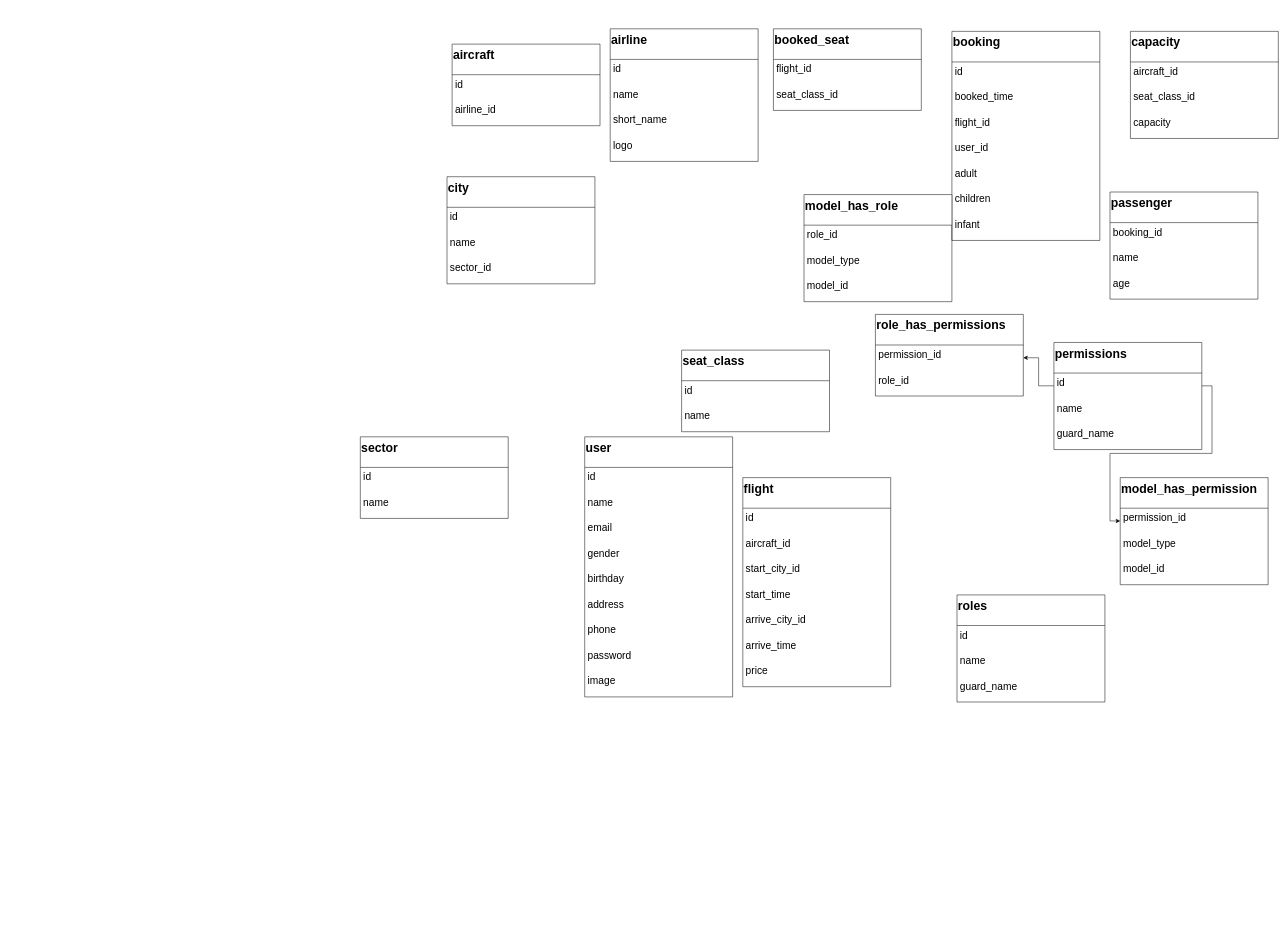
Above: Untitled Diagram.drawio in trungkien4723/datvemaybay (draw.io), before the change. Source tidied: cells renumbered, new cells numbered last; positions are measured from the earlier drawing's top-left corner, leaving out a move shared by most shapes. Both pictures are drawn from the tidied source at 51%, with x=0, y=0 at pixel (360, 29).
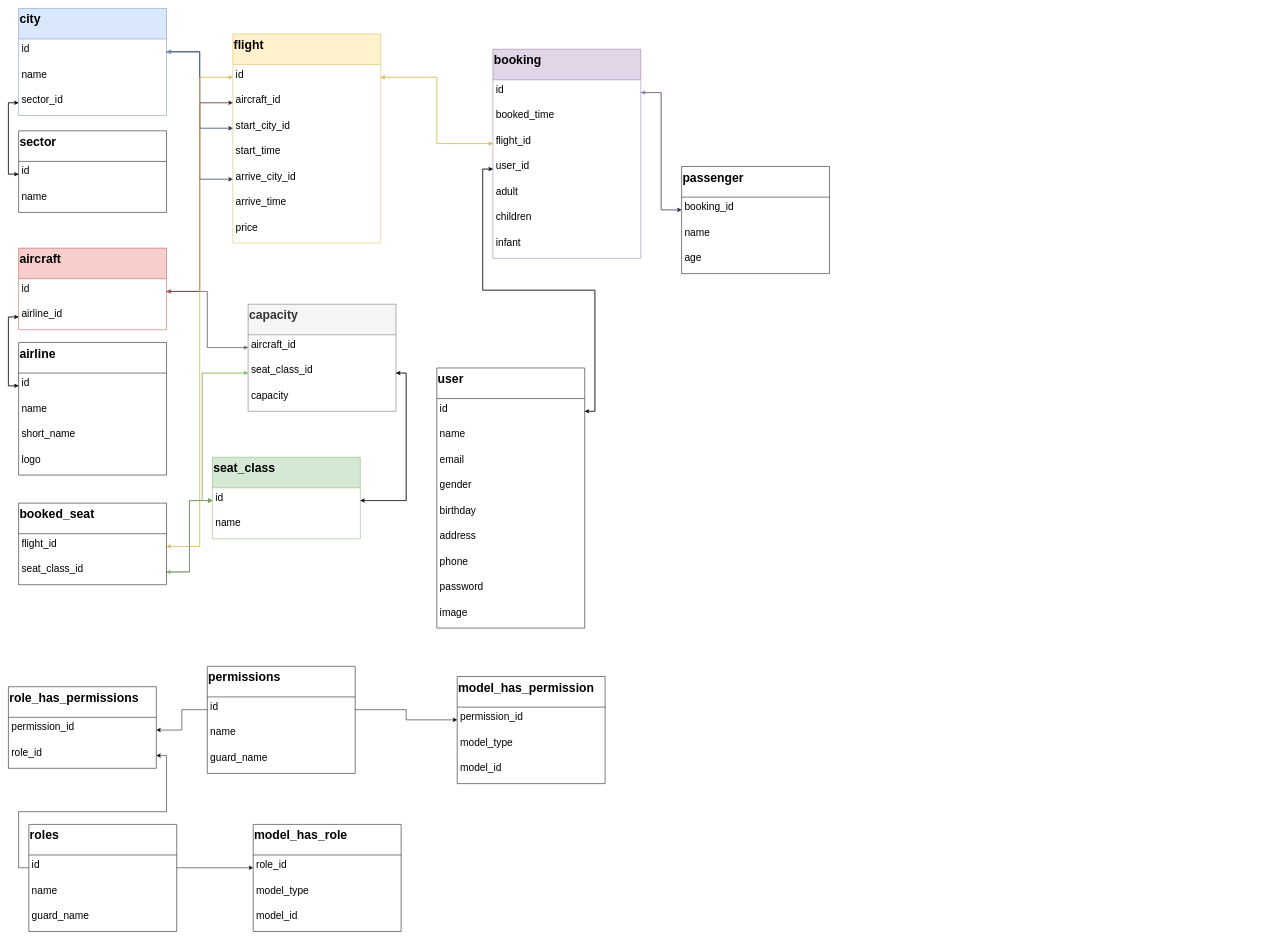
After the change.

Unchanged cells that the change refers to:
```xml
<mxCell id="3" value="id" style="text;strokeColor=none;fillColor=none;align=left;verticalAlign=top;spacingLeft=4;spacingRight=4;overflow=hidden;points=[[0,0.5],[1,0.5]];portConstraint=eastwest;fontSize=20;" parent="2" vertex="1">
  <mxGeometry y="60" width="290" height="50" as="geometry" />
</mxCell>
<mxCell id="4" value="airline_id" style="text;strokeColor=none;fillColor=none;align=left;verticalAlign=top;spacingLeft=4;spacingRight=4;overflow=hidden;points=[[0,0.5],[1,0.5]];portConstraint=eastwest;fontSize=20;" parent="2" vertex="1">
  <mxGeometry y="110" width="290" height="50" as="geometry" />
</mxCell>
<mxCell id="6" value="id" style="text;strokeColor=none;fillColor=none;align=left;verticalAlign=top;spacingLeft=4;spacingRight=4;overflow=hidden;points=[[0,0.5],[1,0.5]];portConstraint=eastwest;fontSize=20;" parent="5" vertex="1">
  <mxGeometry y="60" width="290" height="50" as="geometry" />
</mxCell>
<mxCell id="11" value="flight_id" style="text;strokeColor=none;fillColor=none;align=left;verticalAlign=top;spacingLeft=4;spacingRight=4;overflow=hidden;points=[[0,0.5],[1,0.5]];portConstraint=eastwest;fontSize=20;" parent="10" vertex="1">
  <mxGeometry y="60" width="290" height="50" as="geometry" />
</mxCell>
<mxCell id="12" value="seat_class_id" style="text;strokeColor=none;fillColor=none;align=left;verticalAlign=top;spacingLeft=4;spacingRight=4;overflow=hidden;points=[[0,0.5],[1,0.5]];portConstraint=eastwest;fontSize=20;" parent="10" vertex="1">
  <mxGeometry y="110" width="290" height="50" as="geometry" />
</mxCell>
<mxCell id="14" value="id" style="text;strokeColor=none;fillColor=none;align=left;verticalAlign=top;spacingLeft=4;spacingRight=4;overflow=hidden;points=[[0,0.5],[1,0.5]];portConstraint=eastwest;fontSize=20;" parent="13" vertex="1">
  <mxGeometry y="60" width="290" height="50" as="geometry" />
</mxCell>
<mxCell id="16" value="flight_id" style="text;strokeColor=none;fillColor=none;align=left;verticalAlign=top;spacingLeft=4;spacingRight=4;overflow=hidden;points=[[0,0.5],[1,0.5]];portConstraint=eastwest;fontSize=20;" parent="13" vertex="1">
  <mxGeometry y="160" width="290" height="50" as="geometry" />
</mxCell>
<mxCell id="17" value="user_id" style="text;strokeColor=none;fillColor=none;align=left;verticalAlign=top;spacingLeft=4;spacingRight=4;overflow=hidden;points=[[0,0.5],[1,0.5]];portConstraint=eastwest;fontSize=20;" parent="13" vertex="1">
  <mxGeometry y="210" width="290" height="50" as="geometry" />
</mxCell>
<mxCell id="22" value="aircraft_id" style="text;strokeColor=none;fillColor=none;align=left;verticalAlign=top;spacingLeft=4;spacingRight=4;overflow=hidden;points=[[0,0.5],[1,0.5]];portConstraint=eastwest;fontSize=20;" parent="21" vertex="1">
  <mxGeometry y="60" width="290" height="50" as="geometry" />
</mxCell>
<mxCell id="23" value="seat_class_id" style="text;strokeColor=none;fillColor=none;align=left;verticalAlign=top;spacingLeft=4;spacingRight=4;overflow=hidden;points=[[0,0.5],[1,0.5]];portConstraint=eastwest;fontSize=20;" parent="21" vertex="1">
  <mxGeometry y="110" width="290" height="50" as="geometry" />
</mxCell>
<mxCell id="26" value="id" style="text;strokeColor=none;fillColor=none;align=left;verticalAlign=top;spacingLeft=4;spacingRight=4;overflow=hidden;points=[[0,0.5],[1,0.5]];portConstraint=eastwest;fontSize=20;" parent="25" vertex="1">
  <mxGeometry y="60" width="290" height="50" as="geometry" />
</mxCell>
<mxCell id="28" value="sector_id" style="text;strokeColor=none;fillColor=none;align=left;verticalAlign=top;spacingLeft=4;spacingRight=4;overflow=hidden;points=[[0,0.5],[1,0.5]];portConstraint=eastwest;fontSize=20;" parent="25" vertex="1">
  <mxGeometry y="160" width="290" height="50" as="geometry" />
</mxCell>
<mxCell id="30" value="id" style="text;strokeColor=none;fillColor=none;align=left;verticalAlign=top;spacingLeft=4;spacingRight=4;overflow=hidden;points=[[0,0.5],[1,0.5]];portConstraint=eastwest;fontSize=20;" parent="29" vertex="1">
  <mxGeometry y="60" width="290" height="50" as="geometry" />
</mxCell>
<mxCell id="31" value="aircraft_id" style="text;strokeColor=none;fillColor=none;align=left;verticalAlign=top;spacingLeft=4;spacingRight=4;overflow=hidden;points=[[0,0.5],[1,0.5]];portConstraint=eastwest;fontSize=20;" parent="29" vertex="1">
  <mxGeometry y="110" width="290" height="50" as="geometry" />
</mxCell>
<mxCell id="32" value="start_city_id" style="text;strokeColor=none;fillColor=none;align=left;verticalAlign=top;spacingLeft=4;spacingRight=4;overflow=hidden;points=[[0,0.5],[1,0.5]];portConstraint=eastwest;fontSize=20;" parent="29" vertex="1">
  <mxGeometry y="160" width="290" height="50" as="geometry" />
</mxCell>
<mxCell id="34" value="arrive_city_id" style="text;strokeColor=none;fillColor=none;align=left;verticalAlign=top;spacingLeft=4;spacingRight=4;overflow=hidden;points=[[0,0.5],[1,0.5]];portConstraint=eastwest;fontSize=20;" parent="29" vertex="1">
  <mxGeometry y="260" width="290" height="50" as="geometry" />
</mxCell>
<mxCell id="42" value="role_id" style="text;strokeColor=none;fillColor=none;align=left;verticalAlign=top;spacingLeft=4;spacingRight=4;overflow=hidden;points=[[0,0.5],[1,0.5]];portConstraint=eastwest;fontSize=20;" parent="41" vertex="1">
  <mxGeometry y="60" width="290" height="50" as="geometry" />
</mxCell>
<mxCell id="46" value="booking_id" style="text;strokeColor=none;fillColor=none;align=left;verticalAlign=top;spacingLeft=4;spacingRight=4;overflow=hidden;points=[[0,0.5],[1,0.5]];portConstraint=eastwest;fontSize=20;" parent="45" vertex="1">
  <mxGeometry y="60" width="290" height="50" as="geometry" />
</mxCell>
<mxCell id="50" value="id" style="text;strokeColor=none;fillColor=none;align=left;verticalAlign=top;spacingLeft=4;spacingRight=4;overflow=hidden;points=[[0,0.5],[1,0.5]];portConstraint=eastwest;fontSize=20;" parent="49" vertex="1">
  <mxGeometry y="60" width="290" height="50" as="geometry" />
</mxCell>
<mxCell id="55" value="role_id" style="text;strokeColor=none;fillColor=none;align=left;verticalAlign=top;spacingLeft=4;spacingRight=4;overflow=hidden;points=[[0,0.5],[1,0.5]];portConstraint=eastwest;fontSize=20;" parent="53" vertex="1">
  <mxGeometry y="110" width="290" height="50" as="geometry" />
</mxCell>
<mxCell id="57" value="id" style="text;strokeColor=none;fillColor=none;align=left;verticalAlign=top;spacingLeft=4;spacingRight=4;overflow=hidden;points=[[0,0.5],[1,0.5]];portConstraint=eastwest;fontSize=20;" parent="56" vertex="1">
  <mxGeometry y="60" width="290" height="50" as="geometry" />
</mxCell>
<mxCell id="60" value="id" style="text;strokeColor=none;fillColor=none;align=left;verticalAlign=top;spacingLeft=4;spacingRight=4;overflow=hidden;points=[[0,0.5],[1,0.5]];portConstraint=eastwest;fontSize=20;" parent="59" vertex="1">
  <mxGeometry y="60" width="290" height="50" as="geometry" />
</mxCell>
<mxCell id="63" value="id" style="text;strokeColor=none;fillColor=none;align=left;verticalAlign=top;spacingLeft=4;spacingRight=4;overflow=hidden;points=[[0,0.5],[1,0.5]];portConstraint=eastwest;fontSize=20;" parent="62" vertex="1">
  <mxGeometry y="60" width="290" height="50" as="geometry" />
</mxCell>
```

Diff of the diagram source:
```diff
@@
-    <mxCell id="2" value="aircraft" style="swimlane;fontStyle=1;horizontal=1;startSize=60;fontSize=24;strokeColor=#000000;align=left;verticalAlign=top;" parent="1" vertex="1">
-      <mxGeometry x="180" y="30" width="290" height="160" as="geometry" />
+    <mxCell id="2" value="aircraft" style="swimlane;fontStyle=1;horizontal=1;startSize=60;fontSize=24;strokeColor=#b85450;align=left;verticalAlign=top;fillColor=#f8cecc;" parent="1" vertex="1">
+      <mxGeometry x="-670" y="430" width="290" height="160" as="geometry" />
     </mxCell>
@@
     <mxCell id="5" value="airline" style="swimlane;fontStyle=1;horizontal=1;startSize=60;fontSize=24;strokeColor=#000000;align=left;verticalAlign=top;" parent="1" vertex="1">
-      <mxGeometry x="490" width="290" height="260" as="geometry" />
+      <mxGeometry x="-670" y="615" width="290" height="260" as="geometry" />
     </mxCell>
@@
     <mxCell id="10" value="booked_seat" style="swimlane;fontStyle=1;horizontal=1;startSize=60;fontSize=24;strokeColor=#000000;align=left;verticalAlign=top;" parent="1" vertex="1">
-      <mxGeometry x="810" width="290" height="160" as="geometry" />
+      <mxGeometry x="-670" y="930" width="290" height="160" as="geometry" />
     </mxCell>
@@
-    <mxCell id="13" value="booking" style="swimlane;fontStyle=1;horizontal=1;startSize=60;fontSize=24;strokeColor=#000000;align=left;verticalAlign=top;" parent="1" vertex="1">
-      <mxGeometry x="1160" y="5" width="290" height="410" as="geometry" />
+    <mxCell id="13" value="booking" style="swimlane;fontStyle=1;horizontal=1;startSize=60;fontSize=24;strokeColor=#9673a6;align=left;verticalAlign=top;fillColor=#e1d5e7;" parent="1" vertex="1">
+      <mxGeometry x="260" y="40" width="290" height="410" as="geometry" />
     </mxCell>
@@
-    <mxCell id="21" value="capacity" style="swimlane;fontStyle=1;horizontal=1;startSize=60;fontSize=24;strokeColor=#000000;align=left;verticalAlign=top;" parent="1" vertex="1">
-      <mxGeometry x="1510" y="5" width="290" height="210" as="geometry" />
+    <mxCell id="21" value="capacity" style="swimlane;fontStyle=1;horizontal=1;startSize=60;fontSize=24;strokeColor=#666666;align=left;verticalAlign=top;fillColor=#f5f5f5;fontColor=#333333;" parent="1" vertex="1">
+      <mxGeometry x="-220" y="540" width="290" height="210" as="geometry" />
     </mxCell>
@@
-    <mxCell id="25" value="city" style="swimlane;fontStyle=1;horizontal=1;startSize=60;fontSize=24;strokeColor=#000000;align=left;verticalAlign=top;" parent="1" vertex="1">
-      <mxGeometry x="170" y="290" width="290" height="210" as="geometry" />
+    <mxCell id="25" value="city" style="swimlane;fontStyle=1;horizontal=1;startSize=60;fontSize=24;strokeColor=#6c8ebf;align=left;verticalAlign=top;fillColor=#dae8fc;" parent="1" vertex="1">
+      <mxGeometry x="-670" y="-40" width="290" height="210" as="geometry" />
     </mxCell>
@@
-    <mxCell id="29" value="flight" style="swimlane;fontStyle=1;horizontal=1;startSize=60;fontSize=24;strokeColor=#000000;align=left;verticalAlign=top;" parent="1" vertex="1">
-      <mxGeometry x="750" y="880" width="290" height="410" as="geometry" />
+    <mxCell id="29" value="flight" style="swimlane;fontStyle=1;horizontal=1;startSize=60;fontSize=24;strokeColor=#d6b656;align=left;verticalAlign=top;fillColor=#fff2cc;" parent="1" vertex="1">
+      <mxGeometry x="-250" y="10" width="290" height="410" as="geometry" />
     </mxCell>
@@
     <mxCell id="37" value="model_has_permission" style="swimlane;fontStyle=1;horizontal=1;startSize=60;fontSize=24;strokeColor=#000000;align=left;verticalAlign=top;" parent="1" vertex="1">
-      <mxGeometry x="1490" y="880" width="290" height="210" as="geometry" />
+      <mxGeometry x="190" y="1270" width="290" height="210" as="geometry" />
     </mxCell>
@@
     <mxCell id="41" value="model_has_role" style="swimlane;fontStyle=1;horizontal=1;startSize=60;fontSize=24;strokeColor=#000000;align=left;verticalAlign=top;" parent="1" vertex="1">
-      <mxGeometry x="870" y="325" width="290" height="210" as="geometry" />
+      <mxGeometry x="-210" y="1560" width="290" height="210" as="geometry" />
     </mxCell>
@@
     <mxCell id="45" value="passenger" style="swimlane;fontStyle=1;horizontal=1;startSize=60;fontSize=24;strokeColor=#000000;align=left;verticalAlign=top;" parent="1" vertex="1">
-      <mxGeometry x="1470" y="320" width="290" height="210" as="geometry" />
+      <mxGeometry x="630" y="270" width="290" height="210" as="geometry" />
     </mxCell>
@@
     <mxCell id="49" value="roles" style="swimlane;fontStyle=1;horizontal=1;startSize=60;fontSize=24;strokeColor=#000000;align=left;verticalAlign=top;" parent="1" vertex="1">
-      <mxGeometry x="1170" y="1110" width="290" height="210" as="geometry" />
+      <mxGeometry x="-650" y="1560" width="290" height="210" as="geometry" />
     </mxCell>
@@
     <mxCell id="53" value="role_has_permissions" style="swimlane;fontStyle=1;horizontal=1;startSize=60;fontSize=24;strokeColor=#000000;align=left;verticalAlign=top;" parent="1" vertex="1">
-      <mxGeometry x="1010" y="560" width="290" height="160" as="geometry" />
+      <mxGeometry x="-690" y="1290" width="290" height="160" as="geometry" />
     </mxCell>
@@
-    <mxCell id="56" value="seat_class" style="swimlane;fontStyle=1;horizontal=1;startSize=60;fontSize=24;strokeColor=#000000;align=left;verticalAlign=top;" parent="1" vertex="1">
-      <mxGeometry x="630" y="630" width="290" height="160" as="geometry" />
+    <mxCell id="56" value="seat_class" style="swimlane;fontStyle=1;horizontal=1;startSize=60;fontSize=24;strokeColor=#82b366;align=left;verticalAlign=top;fillColor=#d5e8d4;" parent="1" vertex="1">
+      <mxGeometry x="-290" y="840" width="290" height="160" as="geometry" />
     </mxCell>
@@
     <mxCell id="59" value="sector" style="swimlane;fontStyle=1;horizontal=1;startSize=60;fontSize=24;strokeColor=#000000;align=left;verticalAlign=top;" parent="1" vertex="1">
-      <mxGeometry y="800" width="290" height="160" as="geometry" />
+      <mxGeometry x="-670" y="200" width="290" height="160" as="geometry" />
     </mxCell>
@@
     <mxCell id="62" value="user" style="swimlane;fontStyle=1;horizontal=1;startSize=60;fontSize=24;strokeColor=#000000;align=left;verticalAlign=top;" parent="1" vertex="1">
-      <mxGeometry x="440" y="800" width="290" height="510" as="geometry" />
+      <mxGeometry x="150" y="665" width="290" height="510" as="geometry" />
     </mxCell>
@@
     <mxCell id="73" value="permissions" style="swimlane;fontStyle=1;horizontal=1;startSize=60;fontSize=24;strokeColor=#000000;align=left;verticalAlign=top;" parent="1" vertex="1">
-      <mxGeometry x="1360" y="615" width="290" height="210" as="geometry" />
+      <mxGeometry x="-300" y="1250" width="290" height="210" as="geometry" />
     </mxCell>
@@
+    <mxCell id="78" style="edgeStyle=orthogonalEdgeStyle;rounded=0;jettySize=auto;html=1;exitX=1;exitY=0.5;exitDx=0;exitDy=0;fontSize=20;" parent="1" edge="1" source="50" target="42">
+      <mxGeometry relative="1" as="geometry" />
+    </mxCell>
+    <mxCell id="79" style="edgeStyle=orthogonalEdgeStyle;rounded=0;jettySize=auto;html=1;exitX=0;exitY=0.5;exitDx=0;exitDy=0;fontSize=20;" parent="1" edge="1" source="50" target="55">
+      <mxGeometry relative="1" as="geometry" />
+    </mxCell>
+    <mxCell id="80" style="edgeStyle=orthogonalEdgeStyle;rounded=0;jettySize=auto;html=1;exitX=1;exitY=0.5;exitDx=0;exitDy=0;entryX=0;entryY=0.5;entryDx=0;entryDy=0;fontSize=20;" parent="1" edge="1" source="12" target="57">
+      <mxGeometry relative="1" as="geometry" />
+    </mxCell>
+    <mxCell id="81" style="edgeStyle=orthogonalEdgeStyle;rounded=0;jettySize=auto;html=1;exitX=0;exitY=0.5;exitDx=0;exitDy=0;entryX=1;entryY=0.5;entryDx=0;entryDy=0;fontSize=20;fillColor=#d5e8d4;strokeColor=#82b366;" parent="1" edge="1" source="57" target="12">
+      <mxGeometry relative="1" as="geometry" />
+    </mxCell>
+    <mxCell id="82" style="edgeStyle=orthogonalEdgeStyle;rounded=0;jettySize=auto;html=1;exitX=1;exitY=0.5;exitDx=0;exitDy=0;entryX=0;entryY=0.5;entryDx=0;entryDy=0;fontSize=20;fillColor=#f5f5f5;strokeColor=#666666;" parent="1" edge="1" source="3" target="22">
+      <mxGeometry relative="1" as="geometry" />
+    </mxCell>
+    <mxCell id="83" style="edgeStyle=orthogonalEdgeStyle;rounded=0;jettySize=auto;html=1;exitX=0;exitY=0.5;exitDx=0;exitDy=0;entryX=1;entryY=0.5;entryDx=0;entryDy=0;fontSize=20;fillColor=#f5f5f5;strokeColor=#666666;" parent="1" edge="1" source="22" target="3">
+      <mxGeometry relative="1" as="geometry" />
+    </mxCell>
+    <mxCell id="84" style="edgeStyle=orthogonalEdgeStyle;rounded=0;jettySize=auto;html=1;exitX=1;exitY=0.5;exitDx=0;exitDy=0;entryX=1;entryY=0.5;entryDx=0;entryDy=0;fontSize=20;" parent="1" edge="1" source="57" target="23">
+      <mxGeometry relative="1" as="geometry" />
+    </mxCell>
+    <mxCell id="85" style="edgeStyle=orthogonalEdgeStyle;rounded=0;jettySize=auto;html=1;exitX=1;exitY=0.5;exitDx=0;exitDy=0;entryX=1;entryY=0.5;entryDx=0;entryDy=0;fontSize=20;" parent="1" edge="1" source="23" target="57">
+      <mxGeometry relative="1" as="geometry" />
+    </mxCell>
+    <mxCell id="86" style="edgeStyle=orthogonalEdgeStyle;rounded=0;jettySize=auto;html=1;exitX=1;exitY=0.5;exitDx=0;exitDy=0;entryX=0;entryY=0.5;entryDx=0;entryDy=0;fontSize=20;" parent="1" edge="1" source="14" target="46">
+      <mxGeometry relative="1" as="geometry" />
+    </mxCell>
+    <mxCell id="87" style="edgeStyle=orthogonalEdgeStyle;rounded=0;jettySize=auto;html=1;exitX=0;exitY=0.5;exitDx=0;exitDy=0;entryX=1;entryY=0.5;entryDx=0;entryDy=0;fontSize=20;fillColor=#e1d5e7;strokeColor=#9673a6;" parent="1" edge="1" source="46" target="14">
+      <mxGeometry relative="1" as="geometry" />
+    </mxCell>
+    <mxCell id="88" style="edgeStyle=orthogonalEdgeStyle;rounded=0;jettySize=auto;html=1;exitX=1;exitY=0.5;exitDx=0;exitDy=0;entryX=0;entryY=0.5;entryDx=0;entryDy=0;fontSize=20;" parent="1" edge="1" source="63" target="17">
+      <mxGeometry relative="1" as="geometry" />
+    </mxCell>
+    <mxCell id="89" style="edgeStyle=orthogonalEdgeStyle;rounded=0;jettySize=auto;html=1;exitX=0;exitY=0.5;exitDx=0;exitDy=0;entryX=1;entryY=0.5;entryDx=0;entryDy=0;fontSize=20;" parent="1" edge="1" source="17" target="63">
+      <mxGeometry relative="1" as="geometry" />
+    </mxCell>
+    <mxCell id="90" style="edgeStyle=orthogonalEdgeStyle;rounded=0;jettySize=auto;html=1;exitX=0;exitY=0.5;exitDx=0;exitDy=0;entryX=1;entryY=0.5;entryDx=0;entryDy=0;fontSize=20;fillColor=#fff2cc;strokeColor=#d6b656;" parent="1" edge="1" source="16" target="30">
+      <mxGeometry relative="1" as="geometry" />
+    </mxCell>
+    <mxCell id="91" style="edgeStyle=orthogonalEdgeStyle;rounded=0;jettySize=auto;html=1;exitX=1;exitY=0.5;exitDx=0;exitDy=0;entryX=0;entryY=0.5;entryDx=0;entryDy=0;fontSize=20;fillColor=#fff2cc;strokeColor=#d6b656;" parent="1" edge="1" source="30" target="16">
+      <mxGeometry relative="1" as="geometry" />
+    </mxCell>
+    <mxCell id="92" style="edgeStyle=orthogonalEdgeStyle;rounded=0;jettySize=auto;html=1;exitX=1;exitY=0.5;exitDx=0;exitDy=0;fontSize=20;" parent="1" edge="1" source="26" target="32">
+      <mxGeometry relative="1" as="geometry" />
+    </mxCell>
+    <mxCell id="93" style="edgeStyle=orthogonalEdgeStyle;rounded=0;jettySize=auto;html=1;exitX=0;exitY=0.5;exitDx=0;exitDy=0;entryX=1;entryY=0.5;entryDx=0;entryDy=0;fontSize=20;fillColor=#dae8fc;strokeColor=#6c8ebf;" parent="1" edge="1" source="32" target="26">
+      <mxGeometry relative="1" as="geometry" />
+    </mxCell>
+    <mxCell id="94" style="edgeStyle=orthogonalEdgeStyle;rounded=0;jettySize=auto;html=1;exitX=1;exitY=0.5;exitDx=0;exitDy=0;entryX=0;entryY=0.5;entryDx=0;entryDy=0;fontSize=20;" parent="1" edge="1" source="26" target="34">
+      <mxGeometry relative="1" as="geometry" />
+    </mxCell>
+    <mxCell id="95" style="edgeStyle=orthogonalEdgeStyle;rounded=0;jettySize=auto;html=1;exitX=0;exitY=0.5;exitDx=0;exitDy=0;entryX=1;entryY=0.5;entryDx=0;entryDy=0;fontSize=20;fillColor=#dae8fc;strokeColor=#6c8ebf;" parent="1" edge="1" source="34" target="26">
+      <mxGeometry relative="1" as="geometry" />
+    </mxCell>
+    <mxCell id="96" style="edgeStyle=orthogonalEdgeStyle;rounded=0;jettySize=auto;html=1;exitX=0;exitY=0.5;exitDx=0;exitDy=0;entryX=0;entryY=0.5;entryDx=0;entryDy=0;fontSize=20;" parent="1" edge="1" source="28" target="60">
+      <mxGeometry relative="1" as="geometry" />
+    </mxCell>
+    <mxCell id="97" style="edgeStyle=orthogonalEdgeStyle;rounded=0;jettySize=auto;html=1;exitX=0;exitY=0.5;exitDx=0;exitDy=0;entryX=0;entryY=0.5;entryDx=0;entryDy=0;fontSize=20;" parent="1" edge="1" source="60" target="28">
+      <mxGeometry relative="1" as="geometry" />
+    </mxCell>
+    <mxCell id="98" style="edgeStyle=orthogonalEdgeStyle;rounded=0;jettySize=auto;html=1;exitX=1;exitY=0.5;exitDx=0;exitDy=0;entryX=0;entryY=0.5;entryDx=0;entryDy=0;fontSize=20;" parent="1" edge="1" source="3" target="31">
+      <mxGeometry relative="1" as="geometry" />
+    </mxCell>
+    <mxCell id="99" style="edgeStyle=orthogonalEdgeStyle;rounded=0;jettySize=auto;html=1;exitX=0;exitY=0.5;exitDx=0;exitDy=0;entryX=1;entryY=0.5;entryDx=0;entryDy=0;fontSize=20;fillColor=#f8cecc;strokeColor=#b85450;" parent="1" edge="1" source="31" target="3">
+      <mxGeometry relative="1" as="geometry" />
+    </mxCell>
+    <mxCell id="100" style="edgeStyle=orthogonalEdgeStyle;rounded=0;jettySize=auto;html=1;exitX=0;exitY=0.5;exitDx=0;exitDy=0;entryX=0;entryY=0.5;entryDx=0;entryDy=0;fontSize=20;" parent="1" edge="1" source="6" target="4">
+      <mxGeometry relative="1" as="geometry" />
+    </mxCell>
+    <mxCell id="101" style="edgeStyle=orthogonalEdgeStyle;rounded=0;jettySize=auto;html=1;exitX=0;exitY=0.5;exitDx=0;exitDy=0;entryX=0;entryY=0.5;entryDx=0;entryDy=0;fontSize=20;" parent="1" edge="1" source="4" target="6">
+      <mxGeometry relative="1" as="geometry" />
+    </mxCell>
+    <mxCell id="102" style="edgeStyle=orthogonalEdgeStyle;rounded=0;jettySize=auto;html=1;exitX=0;exitY=0.5;exitDx=0;exitDy=0;entryX=0;entryY=0.5;entryDx=0;entryDy=0;fontSize=20;fillColor=#d5e8d4;strokeColor=#82b366;" parent="1" edge="1" source="57" target="23">
+      <mxGeometry relative="1" as="geometry" />
+    </mxCell>
+    <mxCell id="103" style="edgeStyle=orthogonalEdgeStyle;rounded=0;jettySize=auto;html=1;exitX=0;exitY=0.5;exitDx=0;exitDy=0;entryX=0;entryY=0.5;entryDx=0;entryDy=0;fontSize=20;fillColor=#d5e8d4;strokeColor=#82b366;" parent="1" edge="1" source="23" target="57">
+      <mxGeometry relative="1" as="geometry" />
+    </mxCell>
+    <mxCell id="104" style="edgeStyle=orthogonalEdgeStyle;rounded=0;jettySize=auto;html=1;exitX=0;exitY=0.5;exitDx=0;exitDy=0;entryX=1;entryY=0.5;entryDx=0;entryDy=0;fontSize=20;fillColor=#fff2cc;strokeColor=#d6b656;" parent="1" edge="1" source="30" target="11">
+      <mxGeometry relative="1" as="geometry" />
+    </mxCell>
+    <mxCell id="105" style="edgeStyle=orthogonalEdgeStyle;rounded=0;jettySize=auto;html=1;exitX=1;exitY=0.5;exitDx=0;exitDy=0;entryX=0;entryY=0.5;entryDx=0;entryDy=0;fontSize=20;fillColor=#fff2cc;strokeColor=#d6b656;" parent="1" edge="1" source="11" target="30">
+      <mxGeometry relative="1" as="geometry" />
+    </mxCell>
```
